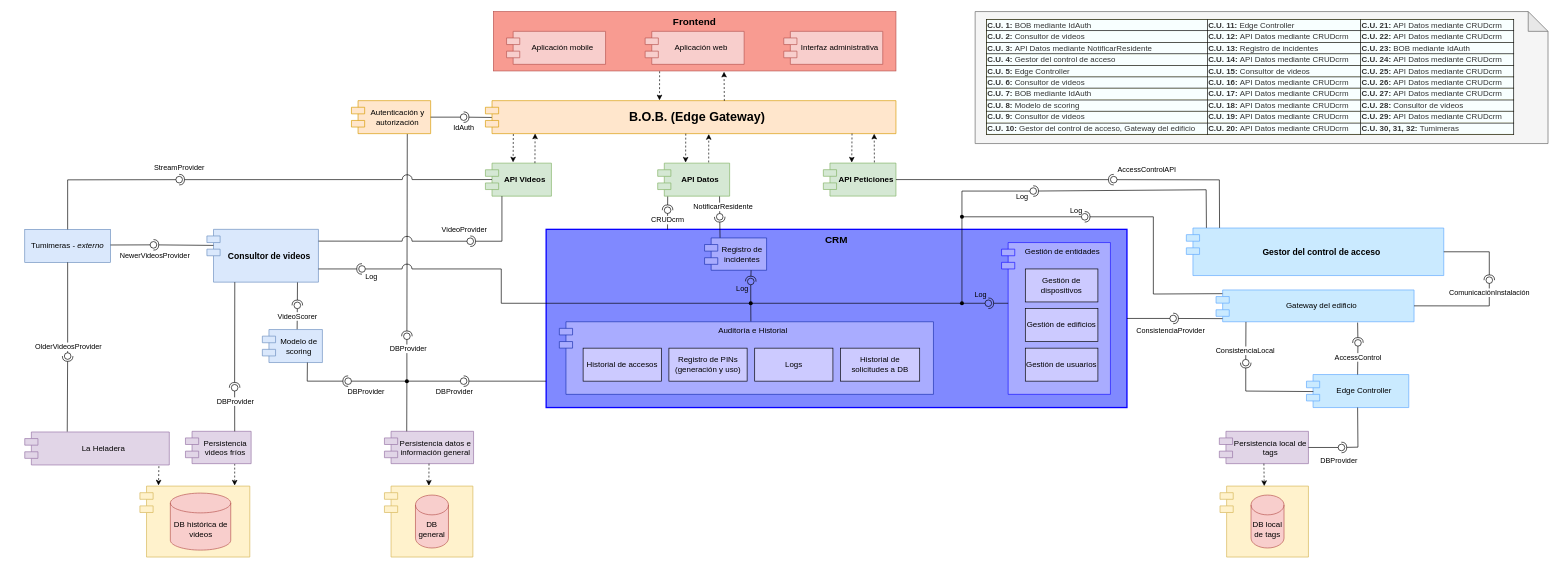
The draw.io diagram Documentación de la arquitectura/Diagramas/Editables-drawio/Diagrama-de-componentes.drawio in LIMoreno04/Caso-de-estudio---WolfSys---Arquitectura, before the edit. Source tidied: cells renumbered, new cells numbered last; positions are measured from the earlier drawing's top-left corner, leaving out a move shared by most shapes. Both pictures are drawn from the tidied source at 66%, with x=0, y=0 at pixel (24, 11).
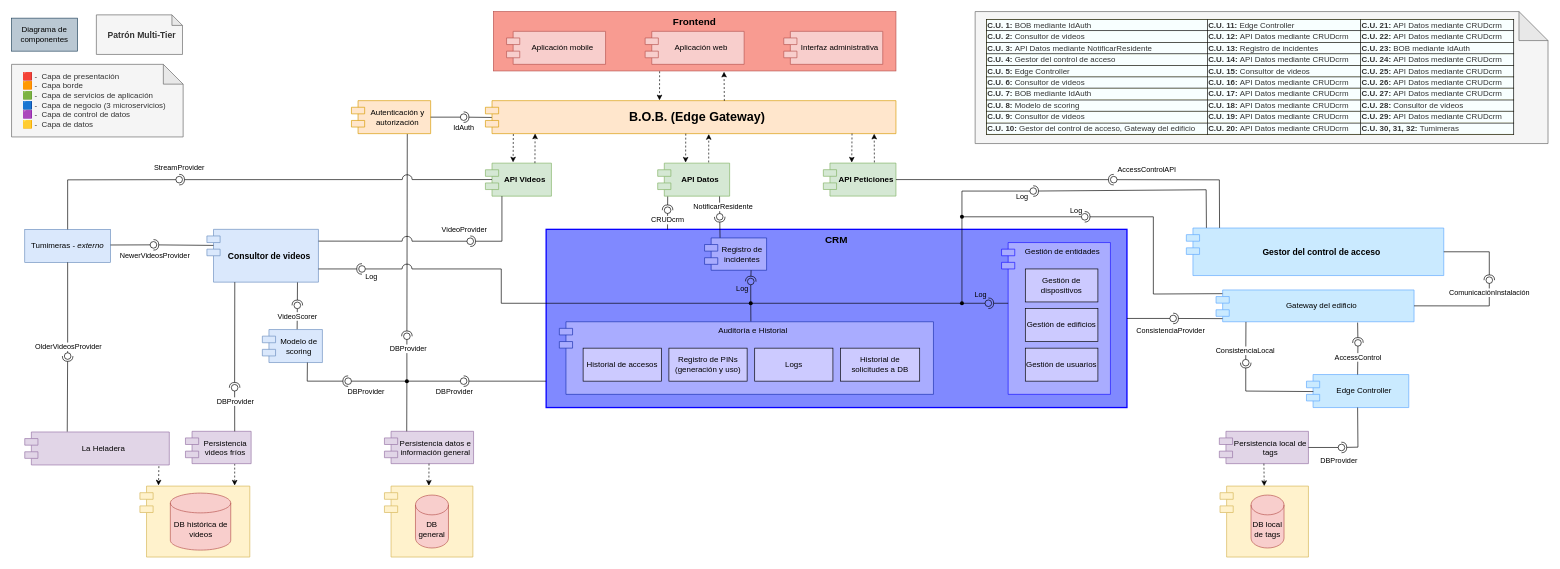
Above is the later version.

Commit message (it also covers changes not shown here):
Detallitos al diagrama de componentes

What changed in the source:
```diff
@@
-    <mxCell id="114" value="&lt;table style=&quot;border: 1px solid rgb(0, 0, 0); border-collapse: collapse; background-color: rgb(255, 255, 153);&quot; border=&quot;1&quot;&gt;&lt;tbody&gt;&lt;tr&gt;&lt;td style=&quot;border-collapse: collapse; border-color: rgb(0, 0, 0); background-color: light-dark(rgb(248, 255, 255), rgb(31, 31, 0));&quot; border=&quot;1&quot;&gt;&lt;span style=&quot;&quot;&gt;&lt;b style=&quot;&quot;&gt;C.U. 1&lt;span style=&quot;&quot;&gt;:&lt;/span&gt;&lt;/b&gt;&lt;span style=&quot;&quot;&gt;&amp;nbsp;BOB mediante IdAuth&lt;/span&gt;&lt;/span&gt;&lt;/td&gt;&lt;td style=&quot;background-color: light-dark(rgb(248, 255, 255), rgb(31, 31, 0));&quot;&gt;&lt;span style=&quot;&quot;&gt;&lt;b style=&quot;&quot;&gt;C.U. 11:&lt;/b&gt;&lt;span&gt;&amp;nbsp;Edge Controller&lt;/span&gt;&lt;/span&gt;&lt;/td&gt;&lt;td style=&quot;background-color: light-dark(rgb(248, 255, 255), rgb(31, 31, 0));&quot;&gt;&lt;span style=&quot;&quot;&gt;&lt;span&gt;&lt;b style=&quot;&quot;&gt;C.U&lt;span style=&quot;&quot;&gt;. 21:&amp;nbsp;&lt;/span&gt;&lt;/b&gt;&lt;span&gt;API Datos mediante CRUDc&lt;/span&gt;&lt;span style=&quot;&quot;&gt;r&lt;/span&gt;m&amp;nbsp; &lt;/span&gt;&amp;nbsp; &amp;nbsp;&lt;/span&gt;&lt;/td&gt;&lt;/tr&gt;&lt;tr&gt;&lt;td style=&quot;background-color: light-dark(rgb(248, 255, 255), rgb(31, 31, 0));&quot;&gt;&lt;span style=&quot;&quot;&gt;&lt;b&gt;C.U. 2:&lt;/b&gt;&amp;nbsp;Consultor de videos&lt;/span&gt;&lt;/td&gt;&lt;td style=&quot;background-color: light-dark(rgb(248, 255, 255), rgb(31, 31, 0));&quot;&gt;&lt;span style=&quot;&quot;&gt;&lt;b&gt;C.U. 12:&lt;/b&gt;&lt;span&gt;&amp;nbsp;&lt;/span&gt;&lt;span&gt;API Datos mediante CRUDcrm&amp;nbsp; &amp;nbsp; &amp;nbsp;&lt;/span&gt;&lt;/span&gt;&lt;/td&gt;&lt;td style=&quot;background-color: light-dark(rgb(248, 255, 255), rgb(31, 31, 0));&quot;&gt;&lt;span style=&quot;&quot;&gt;&lt;b style=&quot;&quot;&gt;C.U. 22:&lt;/b&gt;&amp;nbsp;&lt;span&gt;API Datos mediante CRUDcrm&lt;/span&gt;&lt;/span&gt;&lt;/td&gt;&lt;/tr&gt;&lt;tr&gt;&lt;td style=&quot;background-color: light-dark(rgb(248, 255, 255), rgb(31, 31, 0));&quot;&gt;&lt;span style=&quot;&quot;&gt;&lt;b&gt;C.U. 3:&lt;/b&gt;&amp;nbsp;API Datos mediante &lt;span&gt;NotificarResidente&lt;/span&gt;&lt;/span&gt;&lt;/td&gt;&lt;td style=&quot;background-color: light-dark(rgb(248, 255, 255), rgb(31, 31, 0));&quot;&gt;&lt;span style=&quot;&quot;&gt;&lt;b&gt;C.U. 13:&lt;/b&gt;&lt;span&gt;&amp;nbsp;Registro de incidentes&lt;/span&gt;&lt;/span&gt;&lt;/td&gt;&lt;td style=&quot;background-color: light-dark(rgb(248, 255, 255), rgb(31, 31, 0));&quot;&gt;&lt;span style=&quot;&quot;&gt;&lt;b style=&quot;&quot;&gt;C.U. 23:&lt;/b&gt;&amp;nbsp;&lt;span&gt;BOB mediante IdAuth&lt;/span&gt;&lt;/span&gt;&lt;/td&gt;&lt;/tr&gt;&lt;tr&gt;&lt;td style=&quot;background-color: light-dark(rgb(248, 255, 255), rgb(31, 31, 0));&quot;&gt;&lt;span style=&quot;&quot;&gt;&lt;b&gt;C.U. 4:&lt;/b&gt;&amp;nbsp;Gestor del control de acceso&lt;/span&gt;&lt;/td&gt;&lt;td style=&quot;border-collapse: collapse; background-color: light-dark(rgb(248, 255, 255), rgb(31, 31, 0));&quot; border=&quot;1&quot;&gt;&lt;span style=&quot;&quot;&gt;&lt;b&gt;C.U. 14:&lt;/b&gt;&lt;span&gt;&amp;nbsp;API Datos mediante CRUDcrm&lt;/span&gt;&lt;/span&gt;&lt;/td&gt;&lt;td style=&quot;background-color: light-dark(rgb(248, 255, 255), rgb(31, 31, 0));&quot;&gt;&lt;span style=&quot;&quot;&gt;&lt;b style=&quot;&quot;&gt;C.U. 24:&lt;/b&gt;&amp;nbsp;&lt;span&gt;API Datos mediante CRUDcrm&lt;/span&gt;&lt;/span&gt;&lt;/td&gt;&lt;/tr&gt;&lt;tr&gt;&lt;td style=&quot;background-color: light-dark(rgb(248, 255, 255), rgb(31, 31, 0));&quot;&gt;&lt;span style=&quot;&quot;&gt;&lt;b&gt;C.U. 5:&lt;/b&gt;&amp;nbsp;Edge Controller&lt;/span&gt;&lt;/td&gt;&lt;td style=&quot;background-color: light-dark(rgb(248, 255, 255), rgb(31, 31, 0));&quot;&gt;&lt;span style=&quot;&quot;&gt;&lt;b&gt;C.U. 15:&lt;/b&gt;&lt;span&gt;&amp;nbsp;Consultor de videos&lt;/span&gt;&lt;/span&gt;&lt;/td&gt;&lt;td style=&quot;background-color: light-dark(rgb(248, 255, 255), rgb(31, 31, 0));&quot;&gt;&lt;span style=&quot;&quot;&gt;&lt;b style=&quot;&quot;&gt;C.U. 25:&lt;/b&gt;&amp;nbsp;&lt;span&gt;API Datos mediante CRUDcrm&lt;/span&gt;&lt;/span&gt;&lt;/td&gt;&lt;/tr&gt;&lt;tr&gt;&lt;td style=&quot;background-color: light-dark(rgb(248, 255, 255), rgb(31, 31, 0));&quot;&gt;&lt;span style=&quot;&quot;&gt;&lt;b&gt;C.U. 6:&lt;/b&gt;&amp;nbsp;Consultor de videos&lt;/span&gt;&lt;/td&gt;&lt;td style=&quot;background-color: light-dark(rgb(248, 255, 255), rgb(31, 31, 0));&quot;&gt;&lt;span style=&quot;&quot;&gt;&lt;b&gt;C.U. 16:&lt;/b&gt;&lt;span&gt;&amp;nbsp;API Datos mediante CRUDcrm&lt;/span&gt;&lt;/span&gt;&lt;/td&gt;&lt;td style=&quot;background-color: light-dark(rgb(248, 255, 255), rgb(31, 31, 0));&quot;&gt;&lt;span style=&quot;&quot;&gt;&lt;b style=&quot;&quot;&gt;C.U. 26:&lt;/b&gt;&amp;nbsp;&lt;span&gt;API Datos mediante CRUDcrm&lt;/span&gt;&lt;/span&gt;&lt;/td&gt;&lt;/tr&gt;&lt;tr&gt;&lt;td style=&quot;background-color: light-dark(rgb(248, 255, 255), rgb(31, 31, 0));&quot;&gt;&lt;span style=&quot;&quot;&gt;&lt;b&gt;C.U. 7:&lt;/b&gt;&amp;nbsp;&lt;span&gt;BOB mediante IdAuth&lt;/span&gt;&lt;/span&gt;&lt;/td&gt;&lt;td style=&quot;background-color: light-dark(rgb(248, 255, 255), rgb(31, 31, 0));&quot;&gt;&lt;span style=&quot;&quot;&gt;&lt;b&gt;C.U. 17:&lt;/b&gt;&lt;span&gt;&amp;nbsp;API Datos mediante CRUDcrm&lt;/span&gt;&lt;/span&gt;&lt;/td&gt;&lt;td style=&quot;background-color: light-dark(rgb(248, 255, 255), rgb(31, 31, 0));&quot;&gt;&lt;span style=&quot;&quot;&gt;&lt;b style=&quot;&quot;&gt;C.U. 27:&lt;/b&gt;&amp;nbsp;&lt;span&gt;API Datos mediante CRUDcrm&lt;/span&gt;&lt;/span&gt;&lt;/td&gt;&lt;/tr&gt;&lt;tr&gt;&lt;td style=&quot;background-color: light-dark(rgb(248, 255, 255), rgb(31, 31, 0));&quot;&gt;&lt;span style=&quot;&quot;&gt;&lt;b&gt;C.U. 8:&lt;/b&gt;&amp;nbsp;Modelo de scoring&lt;/span&gt;&lt;/td&gt;&lt;td style=&quot;background-color: light-dark(rgb(248, 255, 255), rgb(31, 31, 0));&quot;&gt;&lt;span style=&quot;&quot;&gt;&lt;b&gt;C.U. 18:&lt;/b&gt;&lt;span&gt;&amp;nbsp;&lt;/span&gt;&lt;span&gt;API Datos mediante CRUDcrm&lt;/span&gt;&lt;/span&gt;&lt;/td&gt;&lt;td style=&quot;background-color: light-dark(rgb(248, 255, 255), rgb(31, 31, 0));&quot;&gt;&lt;span style=&quot;&quot;&gt;&lt;b style=&quot;&quot;&gt;C.U. 28:&lt;/b&gt;&amp;nbsp;Consultor de videos&lt;/span&gt;&lt;/td&gt;&lt;/tr&gt;&lt;tr&gt;&lt;td style=&quot;background-color: light-dark(rgb(248, 255, 255), rgb(31, 31, 0));&quot;&gt;&lt;span style=&quot;&quot;&gt;&lt;b&gt;C.U. 9:&lt;/b&gt;&amp;nbsp;Consultor de videos&lt;/span&gt;&lt;/td&gt;&lt;td style=&quot;background-color: light-dark(rgb(248, 255, 255), rgb(31, 31, 0));&quot;&gt;&lt;span style=&quot;&quot;&gt;&lt;b&gt;C.U. 19:&lt;/b&gt;&lt;span&gt;&amp;nbsp;&lt;/span&gt;&lt;span&gt;API Datos mediante CRUDcrm&lt;/span&gt;&lt;/span&gt;&lt;/td&gt;&lt;td style=&quot;background-color: light-dark(rgb(248, 255, 255), rgb(31, 31, 0));&quot;&gt;&lt;span style=&quot;&quot;&gt;&lt;b style=&quot;&quot;&gt;C.U. 29:&lt;/b&gt;&amp;nbsp;&lt;span&gt;API Datos mediante CRUDcrm&lt;/span&gt;&lt;/span&gt;&lt;/td&gt;&lt;/tr&gt;&lt;tr&gt;&lt;td style=&quot;background-color: light-dark(rgb(248, 255, 255), rgb(31, 31, 0));&quot;&gt;&lt;span style=&quot;&quot;&gt;&lt;b&gt;C.U. 10:&lt;/b&gt;&amp;nbsp;Gestor del control de acceso, Gateway del edificio&amp;nbsp; &amp;nbsp; &amp;nbsp;&lt;/span&gt;&lt;/td&gt;&lt;td style=&quot;background-color: light-dark(rgb(248, 255, 255), rgb(31, 31, 0));&quot;&gt;&lt;span style=&quot;&quot;&gt;&lt;b&gt;C.U. 20:&lt;/b&gt;&lt;span&gt;&amp;nbsp;&lt;/span&gt;&lt;span&gt;API Datos mediante CRUDcrm&lt;/span&gt;&lt;/span&gt;&lt;/td&gt;&lt;td style=&quot;background-color: light-dark(rgb(248, 255, 255), rgb(31, 31, 0));&quot;&gt;&lt;span style=&quot;&quot;&gt;&lt;b style=&quot;&quot;&gt;C.U. 30, 31, 32:&lt;/b&gt;&amp;nbsp;Tumimeras&lt;/span&gt;&lt;/td&gt;&lt;/tr&gt;&lt;/tbody&gt;&lt;/table&gt;" style="shape=note;whiteSpace=wrap;html=1;backgroundOutline=1;darkOpacity=0.05;align=left;verticalAlign=top;spacing=7;spacingLeft=10;fillColor=#f5f5f5;fontColor=#333333;strokeColor=#666666;" parent="1" vertex="1">
+    <mxCell id="114" value="&lt;table style=&quot;border: 1px solid rgb(0, 0, 0); border-collapse: collapse; background-color: rgb(255, 255, 153);&quot; border=&quot;1&quot;&gt;&lt;tbody&gt;&lt;tr&gt;&lt;td style=&quot;border-collapse: collapse; border-color: rgb(0, 0, 0); background-color: light-dark(rgb(248, 255, 255), rgb(31, 31, 0));&quot; border=&quot;1&quot;&gt;&lt;span style=&quot;&quot;&gt;&lt;b style=&quot;&quot;&gt;C.U. 1&lt;span style=&quot;&quot;&gt;:&lt;/span&gt;&lt;/b&gt;&lt;span style=&quot;&quot;&gt;&amp;nbsp;BOB mediante IdAuth&lt;/span&gt;&lt;/span&gt;&lt;/td&gt;&lt;td style=&quot;background-color: light-dark(rgb(248, 255, 255), rgb(31, 31, 0));&quot;&gt;&lt;span style=&quot;&quot;&gt;&lt;b style=&quot;&quot;&gt;C.U. 11:&lt;/b&gt;&lt;span&gt;&amp;nbsp;Edge Controller&lt;/span&gt;&lt;/span&gt;&lt;/td&gt;&lt;td style=&quot;background-color: light-dark(rgb(248, 255, 255), rgb(31, 31, 0));&quot;&gt;&lt;span style=&quot;&quot;&gt;&lt;span&gt;&lt;b style=&quot;&quot;&gt;C.U&lt;span style=&quot;&quot;&gt;. 21:&amp;nbsp;&lt;/span&gt;&lt;/b&gt;&lt;span&gt;API Datos mediante CRUDc&lt;/span&gt;&lt;span style=&quot;&quot;&gt;r&lt;/span&gt;m&amp;nbsp; &lt;/span&gt;&amp;nbsp; &amp;nbsp;&lt;/span&gt;&lt;/td&gt;&lt;/tr&gt;&lt;tr&gt;&lt;td style=&quot;background-color: light-dark(rgb(248, 255, 255), rgb(31, 31, 0));&quot;&gt;&lt;span style=&quot;&quot;&gt;&lt;b&gt;C.U. 2:&lt;/b&gt;&amp;nbsp;Consultor de videos&lt;/span&gt;&lt;/td&gt;&lt;td style=&quot;background-color: light-dark(rgb(248, 255, 255), rgb(31, 31, 0));&quot;&gt;&lt;span style=&quot;&quot;&gt;&lt;b&gt;C.U. 12:&lt;/b&gt;&lt;span&gt;&amp;nbsp;&lt;/span&gt;&lt;span&gt;API Datos mediante CRUDcrm&amp;nbsp; &amp;nbsp; &amp;nbsp;&lt;/span&gt;&lt;/span&gt;&lt;/td&gt;&lt;td style=&quot;background-color: light-dark(rgb(248, 255, 255), rgb(31, 31, 0));&quot;&gt;&lt;span style=&quot;&quot;&gt;&lt;b style=&quot;&quot;&gt;C.U. 22:&lt;/b&gt;&amp;nbsp;&lt;span&gt;API Datos mediante CRUDcrm&lt;/span&gt;&lt;/span&gt;&lt;/td&gt;&lt;/tr&gt;&lt;tr&gt;&lt;td style=&quot;background-color: light-dark(rgb(248, 255, 255), rgb(31, 31, 0));&quot;&gt;&lt;span style=&quot;&quot;&gt;&lt;b&gt;C.U. 3:&lt;/b&gt;&amp;nbsp;API Datos mediante &lt;span&gt;NotificarResidente&lt;/span&gt;&lt;/span&gt;&lt;/td&gt;&lt;td style=&quot;background-color: light-dark(rgb(248, 255, 255), rgb(31, 31, 0));&quot;&gt;&lt;span style=&quot;&quot;&gt;&lt;b&gt;C.U. 13:&lt;/b&gt;&lt;span&gt;&amp;nbsp;Registro de incidentes&lt;/span&gt;&lt;/span&gt;&lt;/td&gt;&lt;td style=&quot;background-color: light-dark(rgb(248, 255, 255), rgb(31, 31, 0));&quot;&gt;&lt;span style=&quot;&quot;&gt;&lt;b style=&quot;&quot;&gt;C.U. 23:&lt;/b&gt;&amp;nbsp;&lt;span&gt;BOB mediante IdAuth&lt;/span&gt;&lt;/span&gt;&lt;/td&gt;&lt;/tr&gt;&lt;tr&gt;&lt;td style=&quot;background-color: light-dark(rgb(248, 255, 255), rgb(31, 31, 0));&quot;&gt;&lt;span style=&quot;&quot;&gt;&lt;b&gt;C.U. 4:&lt;/b&gt;&amp;nbsp;Gestor del control de acceso&lt;/span&gt;&lt;/td&gt;&lt;td style=&quot;border-collapse: collapse; background-color: light-dark(rgb(248, 255, 255), rgb(31, 31, 0));&quot; border=&quot;1&quot;&gt;&lt;span style=&quot;&quot;&gt;&lt;b&gt;C.U. 14:&lt;/b&gt;&lt;span&gt;&amp;nbsp;API Datos mediante CRUDcrm&lt;/span&gt;&lt;/span&gt;&lt;/td&gt;&lt;td style=&quot;background-color: light-dark(rgb(248, 255, 255), rgb(31, 31, 0));&quot;&gt;&lt;span style=&quot;&quot;&gt;&lt;b style=&quot;&quot;&gt;C.U. 24:&lt;/b&gt;&amp;nbsp;&lt;span&gt;API Datos mediante CRUDcrm&lt;/span&gt;&lt;/span&gt;&lt;/td&gt;&lt;/tr&gt;&lt;tr&gt;&lt;td style=&quot;background-color: light-dark(rgb(248, 255, 255), rgb(31, 31, 0));&quot;&gt;&lt;span style=&quot;&quot;&gt;&lt;b&gt;C.U. 5:&lt;/b&gt;&amp;nbsp;Edge Controller&lt;/span&gt;&lt;/td&gt;&lt;td style=&quot;background-color: light-dark(rgb(248, 255, 255), rgb(31, 31, 0));&quot;&gt;&lt;span style=&quot;&quot;&gt;&lt;b&gt;C.U. 15:&lt;/b&gt;&lt;span&gt;&amp;nbsp;Consultor de videos&lt;/span&gt;&lt;/span&gt;&lt;/td&gt;&lt;td style=&quot;background-color: light-dark(rgb(248, 255, 255), rgb(31, 31, 0));&quot;&gt;&lt;span style=&quot;&quot;&gt;&lt;b style=&quot;&quot;&gt;C.U. 25:&lt;/b&gt;&amp;nbsp;&lt;span&gt;API Datos mediante CRUDcrm&lt;/span&gt;&lt;/span&gt;&lt;/td&gt;&lt;/tr&gt;&lt;tr&gt;&lt;td style=&quot;background-color: light-dark(rgb(248, 255, 255), rgb(31, 31, 0));&quot;&gt;&lt;span style=&quot;&quot;&gt;&lt;b&gt;C.U. 6:&lt;/b&gt;&amp;nbsp;Consultor de videos&lt;/span&gt;&lt;/td&gt;&lt;td style=&quot;background-color: light-dark(rgb(248, 255, 255), rgb(31, 31, 0));&quot;&gt;&lt;span style=&quot;&quot;&gt;&lt;b&gt;C.U. 16:&lt;/b&gt;&lt;span&gt;&amp;nbsp;API Datos mediante CRUDcrm&lt;/span&gt;&lt;/span&gt;&lt;/td&gt;&lt;td style=&quot;background-color: light-dark(rgb(248, 255, 255), rgb(31, 31, 0));&quot;&gt;&lt;span style=&quot;&quot;&gt;&lt;b style=&quot;&quot;&gt;C.U. 26:&lt;/b&gt;&amp;nbsp;&lt;span&gt;API Datos mediante CRUDcrm&lt;/span&gt;&lt;/span&gt;&lt;/td&gt;&lt;/tr&gt;&lt;tr&gt;&lt;td style=&quot;background-color: light-dark(rgb(248, 255, 255), rgb(31, 31, 0));&quot;&gt;&lt;span style=&quot;&quot;&gt;&lt;b&gt;C.U. 7:&lt;/b&gt;&amp;nbsp;&lt;span&gt;BOB mediante IdAuth&lt;/span&gt;&lt;/span&gt;&lt;/td&gt;&lt;td style=&quot;background-color: light-dark(rgb(248, 255, 255), rgb(31, 31, 0));&quot;&gt;&lt;span style=&quot;&quot;&gt;&lt;b&gt;C.U. 17:&lt;/b&gt;&lt;span&gt;&amp;nbsp;API Datos mediante CRUDcrm&lt;/span&gt;&lt;/span&gt;&lt;/td&gt;&lt;td style=&quot;background-color: light-dark(rgb(248, 255, 255), rgb(31, 31, 0));&quot;&gt;&lt;span style=&quot;&quot;&gt;&lt;b style=&quot;&quot;&gt;C.U. 27:&lt;/b&gt;&amp;nbsp;&lt;span&gt;API Datos mediante CRUDcrm&lt;/span&gt;&lt;/span&gt;&lt;/td&gt;&lt;/tr&gt;&lt;tr&gt;&lt;td style=&quot;background-color: light-dark(rgb(248, 255, 255), rgb(31, 31, 0));&quot;&gt;&lt;span style=&quot;&quot;&gt;&lt;b&gt;C.U. 8:&lt;/b&gt;&amp;nbsp;Modelo de scoring&lt;/span&gt;&lt;/td&gt;&lt;td style=&quot;background-color: light-dark(rgb(248, 255, 255), rgb(31, 31, 0));&quot;&gt;&lt;span style=&quot;&quot;&gt;&lt;b&gt;C.U. 18:&lt;/b&gt;&lt;span&gt;&amp;nbsp;&lt;/span&gt;&lt;span&gt;API Datos mediante CRUDcrm&lt;/span&gt;&lt;/span&gt;&lt;/td&gt;&lt;td style=&quot;background-color: light-dark(rgb(248, 255, 255), rgb(31, 31, 0));&quot;&gt;&lt;span style=&quot;&quot;&gt;&lt;b style=&quot;&quot;&gt;C.U. 28:&lt;/b&gt;&amp;nbsp;Consultor de videos&lt;/span&gt;&lt;/td&gt;&lt;/tr&gt;&lt;tr&gt;&lt;td style=&quot;background-color: light-dark(rgb(248, 255, 255), rgb(31, 31, 0));&quot;&gt;&lt;span style=&quot;&quot;&gt;&lt;b&gt;C.U. 9:&lt;/b&gt;&amp;nbsp;Consultor de videos&lt;/span&gt;&lt;/td&gt;&lt;td style=&quot;background-color: light-dark(rgb(248, 255, 255), rgb(31, 31, 0));&quot;&gt;&lt;span style=&quot;&quot;&gt;&lt;b&gt;C.U. 19:&lt;/b&gt;&lt;span&gt;&amp;nbsp;&lt;/span&gt;&lt;span&gt;API Datos mediante CRUDcrm&lt;/span&gt;&lt;/span&gt;&lt;/td&gt;&lt;td style=&quot;background-color: light-dark(rgb(248, 255, 255), rgb(31, 31, 0));&quot;&gt;&lt;span style=&quot;&quot;&gt;&lt;b style=&quot;&quot;&gt;C.U. 29:&lt;/b&gt;&amp;nbsp;&lt;span&gt;API Datos mediante CRUDcrm&lt;/span&gt;&lt;/span&gt;&lt;/td&gt;&lt;/tr&gt;&lt;tr&gt;&lt;td style=&quot;background-color: light-dark(rgb(248, 255, 255), rgb(31, 31, 0));&quot;&gt;&lt;span style=&quot;&quot;&gt;&lt;b&gt;C.U. 10:&lt;/b&gt;&amp;nbsp;Gestor del control de acceso, Gateway del edificio&amp;nbsp; &amp;nbsp; &amp;nbsp;&lt;/span&gt;&lt;/td&gt;&lt;td style=&quot;background-color: light-dark(rgb(248, 255, 255), rgb(31, 31, 0));&quot;&gt;&lt;span style=&quot;&quot;&gt;&lt;b&gt;C.U. 20:&lt;/b&gt;&lt;span&gt;&amp;nbsp;&lt;/span&gt;&lt;span&gt;API Datos mediante CRUDcrm&lt;/span&gt;&lt;/span&gt;&lt;/td&gt;&lt;td style=&quot;background-color: light-dark(rgb(248, 255, 255), rgb(31, 31, 0));&quot;&gt;&lt;span style=&quot;&quot;&gt;&lt;b style=&quot;&quot;&gt;C.U. 30, 31, 32:&lt;/b&gt;&amp;nbsp;Tumimeras&lt;/span&gt;&lt;/td&gt;&lt;/tr&gt;&lt;/tbody&gt;&lt;/table&gt;" style="shape=note;whiteSpace=wrap;html=1;backgroundOutline=1;darkOpacity=0.05;align=left;verticalAlign=top;spacing=7;spacingLeft=10;fillColor=#f5f5f5;fontColor=#333333;strokeColor=#666666;size=44;" parent="1" vertex="1">
       <mxGeometry x="1440" width="868" height="200" as="geometry" />
     </mxCell>
@@
+    <mxCell id="160" value="Diagrama de componentes" style="rounded=0;whiteSpace=wrap;html=1;fillColor=#bac8d3;strokeColor=#23445d;" parent="1" vertex="1">
+      <mxGeometry x="-20" y="10" width="100" height="50" as="geometry" />
+    </mxCell>
+    <mxCell id="161" value="🟥 -&amp;nbsp; Capa de presentación&lt;div&gt;🟧 -&amp;nbsp; Capa borde&lt;/div&gt;&lt;div&gt;&lt;span style=&quot;background-color: transparent; color: light-dark(rgb(51, 51, 51), rgb(193, 193, 193));&quot;&gt;🟩&lt;/span&gt;&amp;nbsp;-&amp;nbsp; Capa de servicios de aplicación&lt;/div&gt;&lt;div&gt;&lt;span style=&quot;background-color: transparent; color: light-dark(rgb(51, 51, 51), rgb(193, 193, 193));&quot;&gt;🟦 -&amp;nbsp; Capa de negocio (3 microservicios)&lt;/span&gt;&lt;/div&gt;&lt;div&gt;🟪 -&amp;nbsp; Capa de control de datos&lt;/div&gt;&lt;div&gt;🟨 -&amp;nbsp; Capa de datos&lt;/div&gt;" style="shape=note;whiteSpace=wrap;html=1;backgroundOutline=1;darkOpacity=0.05;align=left;verticalAlign=top;spacing=7;spacingLeft=10;fillColor=#f5f5f5;fontColor=#333333;strokeColor=#666666;" parent="1" vertex="1">
+      <mxGeometry x="-20" y="80" width="260" height="110" as="geometry" />
+    </mxCell>
+    <mxCell id="162" value="Patrón Multi-Tier" style="shape=note;whiteSpace=wrap;html=1;backgroundOutline=1;darkOpacity=0.05;align=left;verticalAlign=middle;spacing=7;spacingLeft=10;fillColor=#f5f5f5;fontColor=#333333;strokeColor=#666666;fontStyle=1;fontSize=13;size=16;" parent="1" vertex="1">
+      <mxGeometry x="108.5" y="5" width="130.5" height="60" as="geometry" />
+    </mxCell>
```
